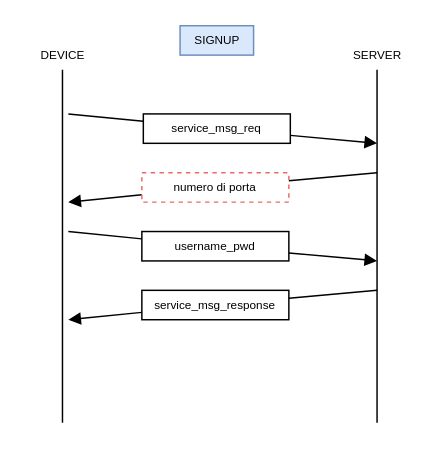
This is doc/diagramma_signup_finale.drawio from daniel-deiana/Progetto-Reti-Informatiche, a draw.io file, before an edit. Source tidied: cells renumbered, new cells numbered last; positions are measured from the earlier drawing's top-left corner, leaving out a move shared by most shapes. Both pictures are drawn from the tidied source at 147%, with x=0, y=0 at pixel (25, 25).
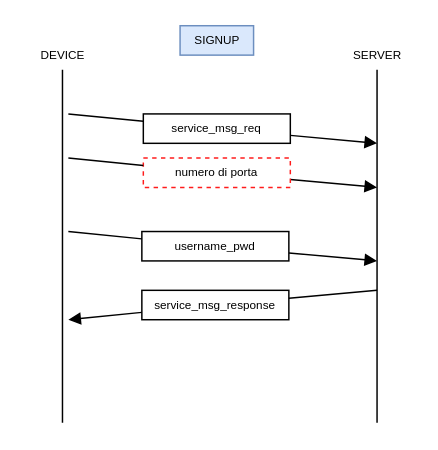
The same diagram, later.

What changed in the source:
```diff
@@
-    <mxCell id="7" style="endArrow=block;html=1;fontSize=10;endFill=1;rounded=0;startArrow=none;" parent="1" edge="1" source="8">
-      <mxGeometry relative="1" as="geometry">
-        <mxPoint x="29" y="120" as="targetPoint" />
-      </mxGeometry>
-    </mxCell>
-    <mxCell id="8" value="numero di porta" style="rounded=0;whiteSpace=wrap;html=1;fontSize=8;dashed=1;strokeColor=#EA6B66;" parent="1" vertex="1">
-      <mxGeometry x="79" y="100" width="100" height="20" as="geometry" />
-    </mxCell>
-    <mxCell id="9" style="endArrow=none;html=1;fontSize=10;endFill=1;rounded=0;" parent="1" edge="1" target="8">
-      <mxGeometry relative="1" as="geometry">
-        <mxPoint x="239" y="100" as="sourcePoint" />
-      </mxGeometry>
-    </mxCell>
@@
+    <mxCell id="19" style="endArrow=block;html=1;fontSize=10;endFill=1;rounded=0;startArrow=none;" parent="1" edge="1" source="8">
+      <mxGeometry relative="1" as="geometry">
+        <mxPoint x="239" y="110" as="targetPoint" />
+      </mxGeometry>
+    </mxCell>
+    <mxCell id="8" value="numero di porta" style="rounded=0;whiteSpace=wrap;html=1;fontSize=8;dashed=1;strokeColor=#FF1C1C;" parent="1" vertex="1">
+      <mxGeometry x="80" y="90" width="100" height="20" as="geometry" />
+    </mxCell>
+    <mxCell id="20" style="endArrow=none;html=1;fontSize=10;endFill=1;rounded=0;" parent="1" edge="1" target="8">
+      <mxGeometry relative="1" as="geometry">
+        <mxPoint x="29" y="90" as="sourcePoint" />
+      </mxGeometry>
+    </mxCell>
```
